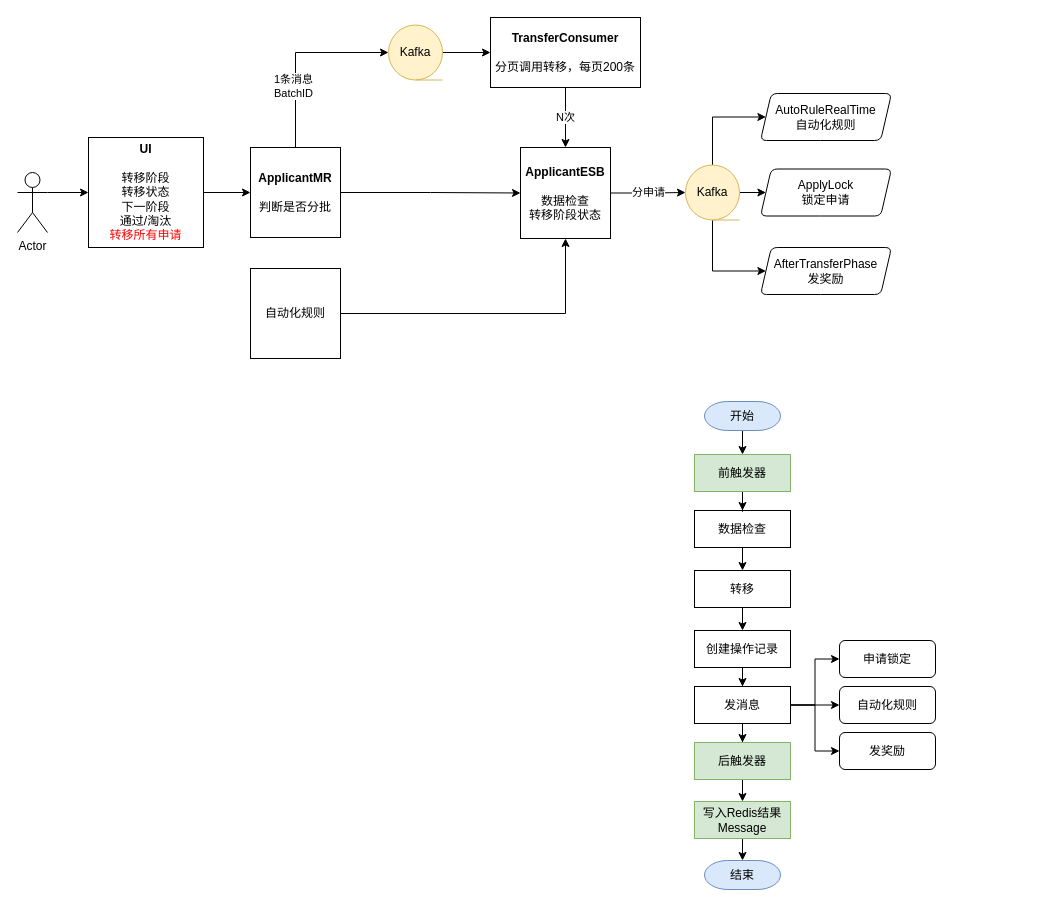
The draw.io diagram 转移阶段流程.drawio in Lucas20029/MyDiagrams, before the edit. Source tidied: cells renumbered, new cells numbered last; positions are measured from the earlier drawing's top-left corner, leaving out a move shared by most shapes. Both pictures are drawn from the tidied source at 100%, with x=0, y=0 at pixel (17, 17).
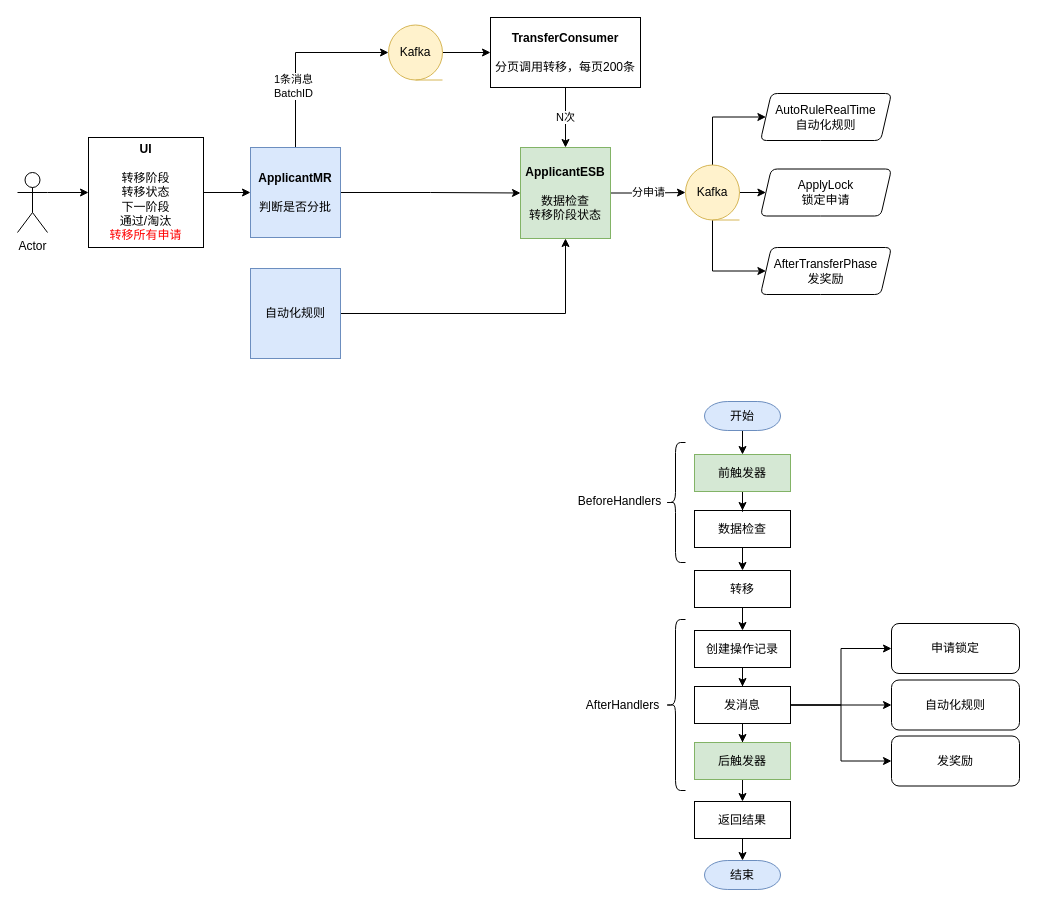
The same page after the edit.

Commit message:
Update 转移阶段流程.drawio

The edit, as a diff of the source:
```diff
@@
-    <mxCell id="9" value="&lt;b&gt;ApplicantMR&lt;br&gt;&lt;/b&gt;&lt;br&gt;判断是否分批" style="rounded=0;whiteSpace=wrap;html=1;" parent="1" vertex="1">
+    <mxCell id="9" value="&lt;b&gt;ApplicantMR&lt;br&gt;&lt;/b&gt;&lt;br&gt;判断是否分批" style="rounded=0;whiteSpace=wrap;html=1;fillColor=#dae8fc;strokeColor=#6c8ebf;" parent="1" vertex="1">
       <mxGeometry x="233" y="130" width="90" height="90" as="geometry" />
     </mxCell>
@@
-    <mxCell id="14" value="&lt;b&gt;ApplicantESB&lt;/b&gt;&lt;br&gt;&lt;br&gt;数据检查&lt;br&gt;转移阶段状态" style="rounded=0;whiteSpace=wrap;html=1;" parent="1" vertex="1">
+    <mxCell id="14" value="&lt;b&gt;ApplicantESB&lt;/b&gt;&lt;br&gt;&lt;br&gt;数据检查&lt;br&gt;转移阶段状态" style="rounded=0;whiteSpace=wrap;html=1;fillColor=#d5e8d4;strokeColor=#82b366;" parent="1" vertex="1">
       <mxGeometry x="503" y="130" width="90" height="91" as="geometry" />
     </mxCell>
@@
-    <mxCell id="16" value="自动化规则" style="rounded=0;whiteSpace=wrap;html=1;" parent="1" vertex="1">
+    <mxCell id="16" value="自动化规则" style="rounded=0;whiteSpace=wrap;html=1;fillColor=#dae8fc;strokeColor=#6c8ebf;" parent="1" vertex="1">
       <mxGeometry x="233" y="251" width="90" height="90" as="geometry" />
     </mxCell>
@@
     <mxCell id="28" value="申请锁定" style="rounded=1;whiteSpace=wrap;html=1;" parent="1" vertex="1">
-      <mxGeometry x="822" y="623" width="96" height="37" as="geometry" />
+      <mxGeometry x="874" y="606" width="128" height="50" as="geometry" />
     </mxCell>
     <mxCell id="29" value="自动化规则" style="rounded=1;whiteSpace=wrap;html=1;" parent="1" vertex="1">
-      <mxGeometry x="822" y="669" width="96" height="37" as="geometry" />
+      <mxGeometry x="874" y="662.5" width="128" height="50" as="geometry" />
     </mxCell>
     <mxCell id="30" value="发奖励" style="rounded=1;whiteSpace=wrap;html=1;" parent="1" vertex="1">
-      <mxGeometry x="822" y="715" width="96" height="37" as="geometry" />
+      <mxGeometry x="874" y="718.5" width="128" height="50" as="geometry" />
     </mxCell>
@@
-    <mxCell id="36" value="写入Redis结果&lt;br&gt;Message" style="rounded=0;whiteSpace=wrap;html=1;fillColor=#d5e8d4;strokeColor=#82b366;" parent="1" vertex="1">
+    <mxCell id="36" value="返回结果" style="rounded=0;whiteSpace=wrap;html=1;" parent="1" vertex="1">
       <mxGeometry x="677" y="784" width="96" height="37" as="geometry" />
     </mxCell>
@@
+    <mxCell id="48" style="shape=curlyBracket;whiteSpace=wrap;html=1;rounded=1;size=0.5;" parent="1" vertex="1">
+      <mxGeometry x="648" y="425" width="20" height="120" as="geometry" />
+    </mxCell>
+    <mxCell id="49" value="BeforeHandlers" style="text;html=1;align=center;verticalAlign=middle;" parent="1" vertex="1">
+      <mxGeometry x="555" y="475" width="93" height="18" as="geometry" />
+    </mxCell>
+    <mxCell id="50" style="shape=curlyBracket;whiteSpace=wrap;html=1;rounded=1;size=0.5;" parent="1" vertex="1">
+      <mxGeometry x="648" y="602" width="20" height="171" as="geometry" />
+    </mxCell>
+    <mxCell id="51" value="AfterHandlers" style="text;html=1;align=center;verticalAlign=middle;" parent="1" vertex="1">
+      <mxGeometry x="563" y="678.5" width="83" height="18" as="geometry" />
+    </mxCell>
```
